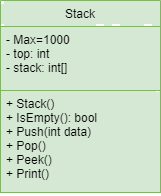
nd-hung/oop keeps this draw.io diagram as labs/02-classes-and-objects/code/Stack/UML_Stack_class.png. Above is the earlier version. Source tidied: cells renumbered, new cells last; positions are measured from the earlier drawing's top-left corner, leaving out a move shared by most shapes.
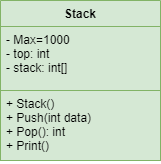
After the change.

The edit, as a diff of the source:
```diff
@@ -2,8 +2,8 @@
   <root>
     <mxCell id="0" />
     <mxCell id="1" parent="0" />
-    <mxCell id="2" value="Stack" style="swimlane;fontStyle=0;align=center;verticalAlign=top;horizontal=1;startSize=26;fillColor=#d5e8d4;strokeColor=#82b366;" parent="1" vertex="1">
-      <mxGeometry width="160" height="192" as="geometry" />
+    <mxCell id="2" value="Stack" style="swimlane;fontStyle=1;align=center;verticalAlign=top;horizontal=1;startSize=26;fillColor=#d5e8d4;strokeColor=#82b366;" parent="1" vertex="1">
+      <mxGeometry width="160" height="160" as="geometry" />
     </mxCell>
     <mxCell id="3" value="- Max=1000&#10;- top: int&#10;- stack: int[]" style="text;strokeColor=#82b366;fillColor=#d5e8d4;align=left;verticalAlign=top;spacingLeft=4;spacingRight=4;overflow=hidden;fontStyle=0;" parent="2" vertex="1">
       <mxGeometry y="26" width="160" height="64" as="geometry" />
@@ -11,8 +11,8 @@
     <mxCell id="4" style="line;strokeWidth=1;fillColor=#d5e8d4;align=left;verticalAlign=middle;spacingTop=-1;spacingLeft=3;spacingRight=3;labelPosition=right;strokeColor=#82b366;fontStyle=0;" parent="2" vertex="1">
       <mxGeometry y="90" width="160" as="geometry" />
     </mxCell>
-    <mxCell id="5" value="+ Stack()&#10;+ IsEmpty(): bool&#10;+ Push(int data)&#10;+ Pop()&#10;+ Peek()&#10;+ Print()" style="text;strokeColor=#82b366;fillColor=#d5e8d4;align=left;verticalAlign=top;spacingLeft=4;spacingRight=4;overflow=hidden;fontStyle=0;" parent="2" vertex="1">
-      <mxGeometry y="90" width="160" height="102" as="geometry" />
+    <mxCell id="5" value="+ Stack()&#10;+ Push(int data)&#10;+ Pop(): int&#10;+ Print()" style="text;strokeColor=#82b366;fillColor=#d5e8d4;align=left;verticalAlign=top;spacingLeft=4;spacingRight=4;overflow=hidden;fontStyle=0;" parent="2" vertex="1">
+      <mxGeometry y="90" width="160" height="70" as="geometry" />
     </mxCell>
   </root>
 </mxGraphModel>
```
